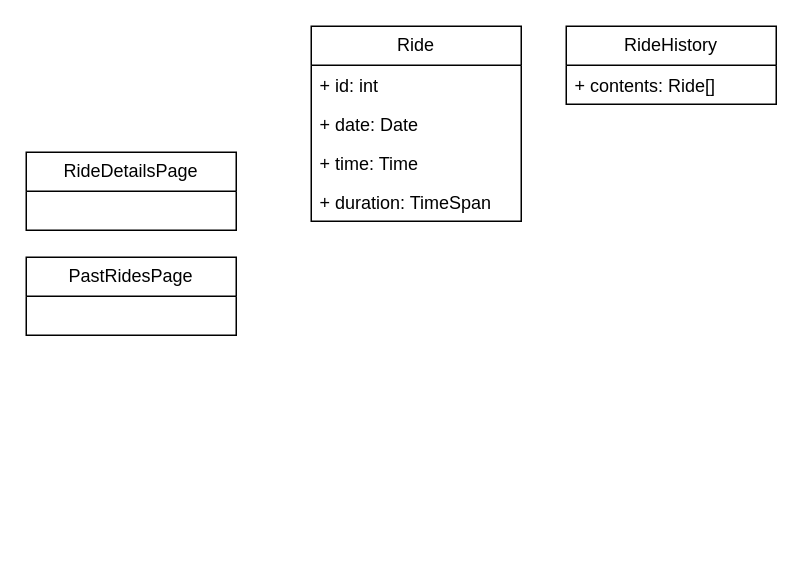
Above: reports/view-past-rides-domain.drawio in YannisRavasopoulos/ProjectSD_S6 (draw.io), before the change. Source tidied: cells renumbered, new cells numbered last; positions are measured from the earlier drawing's top-left corner, leaving out a move shared by most shapes. Both pictures are drawn from the tidied source at 150%, with x=0, y=0 at pixel (26, 26).
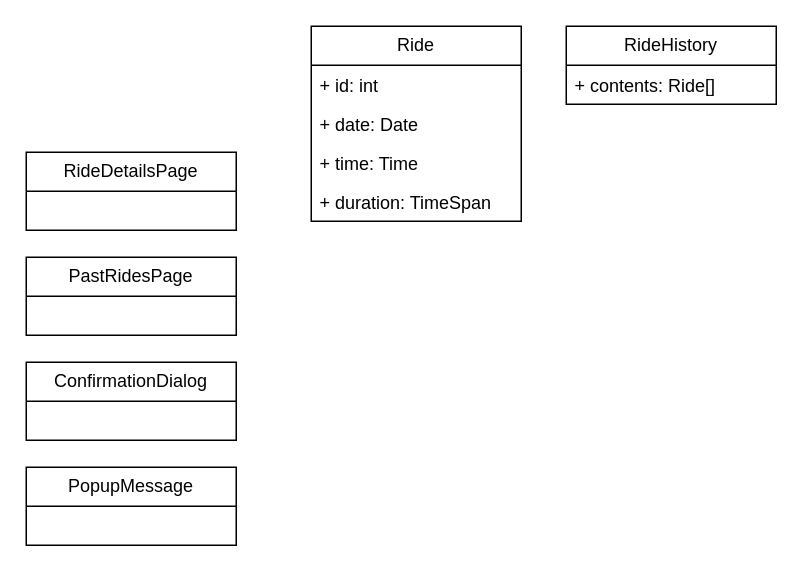
After the change.

Diff of the diagram source:
```diff
@@
 <mxGraphModel>
   <root>
     <mxCell id="0" />
     <mxCell id="1" parent="0" />
     <mxCell id="2" value="RideHistory" style="swimlane;fontStyle=0;horizontal=1;startSize=26;fillColor=none;whiteSpace=wrap;html=1;" parent="1" vertex="1">
       <mxGeometry x="360" width="140" height="52" as="geometry" />
     </mxCell>
     <mxCell id="3" value="+ contents: Ride[]" style="text;strokeColor=none;fillColor=none;align=left;verticalAlign=top;spacingLeft=4;spacingRight=4;overflow=hidden;whiteSpace=wrap;html=1;" parent="2" vertex="1">
       <mxGeometry y="26" width="140" height="26" as="geometry" />
     </mxCell>
     <mxCell id="4" value="PastRidesPage" style="swimlane;fontStyle=0;horizontal=1;startSize=26;fillColor=none;whiteSpace=wrap;html=1;" parent="1" vertex="1">
       <mxGeometry y="154" width="140" height="52" as="geometry" />
     </mxCell>
     <mxCell id="5" value="RideDetailsPage" style="swimlane;fontStyle=0;horizontal=1;startSize=26;fillColor=none;whiteSpace=wrap;html=1;" parent="1" vertex="1">
       <mxGeometry y="84" width="140" height="52" as="geometry" />
     </mxCell>
     <mxCell id="6" value="&lt;span style=&quot;color: rgb(0, 0, 0);&quot;&gt;Ride&lt;/span&gt;" style="swimlane;fontStyle=0;horizontal=1;startSize=26;fillColor=none;whiteSpace=wrap;html=1;" parent="1" vertex="1">
       <mxGeometry x="190" width="140" height="130" as="geometry" />
     </mxCell>
     <mxCell id="7" value="&lt;span style=&quot;color: rgb(0, 0, 0);&quot;&gt;+ id: int&lt;/span&gt;" style="text;strokeColor=none;fillColor=none;align=left;verticalAlign=top;spacingLeft=4;spacingRight=4;overflow=hidden;whiteSpace=wrap;html=1;" parent="6" vertex="1">
       <mxGeometry y="26" width="140" height="26" as="geometry" />
     </mxCell>
     <mxCell id="8" value="+ date: Date" style="text;strokeColor=none;fillColor=none;align=left;verticalAlign=top;spacingLeft=4;spacingRight=4;overflow=hidden;whiteSpace=wrap;html=1;" parent="6" vertex="1">
       <mxGeometry y="52" width="140" height="26" as="geometry" />
     </mxCell>
     <mxCell id="9" value="+ time: Time" style="text;strokeColor=none;fillColor=none;align=left;verticalAlign=top;spacingLeft=4;spacingRight=4;overflow=hidden;whiteSpace=wrap;html=1;" parent="6" vertex="1">
       <mxGeometry y="78" width="140" height="26" as="geometry" />
     </mxCell>
     <mxCell id="10" value="+ duration: TimeSpan" style="text;strokeColor=none;fillColor=none;align=left;verticalAlign=top;spacingLeft=4;spacingRight=4;overflow=hidden;whiteSpace=wrap;html=1;" parent="6" vertex="1">
       <mxGeometry y="104" width="140" height="26" as="geometry" />
     </mxCell>
+    <mxCell id="11" value="ConfirmationDialog" style="swimlane;fontStyle=0;horizontal=1;startSize=26;fillColor=none;whiteSpace=wrap;html=1;" parent="1" vertex="1">
+      <mxGeometry y="224" width="140" height="52" as="geometry" />
+    </mxCell>
+    <mxCell id="12" value="PopupMessage" style="swimlane;fontStyle=0;horizontal=1;startSize=26;fillColor=none;whiteSpace=wrap;html=1;" parent="1" vertex="1">
+      <mxGeometry y="294" width="140" height="52" as="geometry" />
+    </mxCell>
   </root>
 </mxGraphModel>
```
